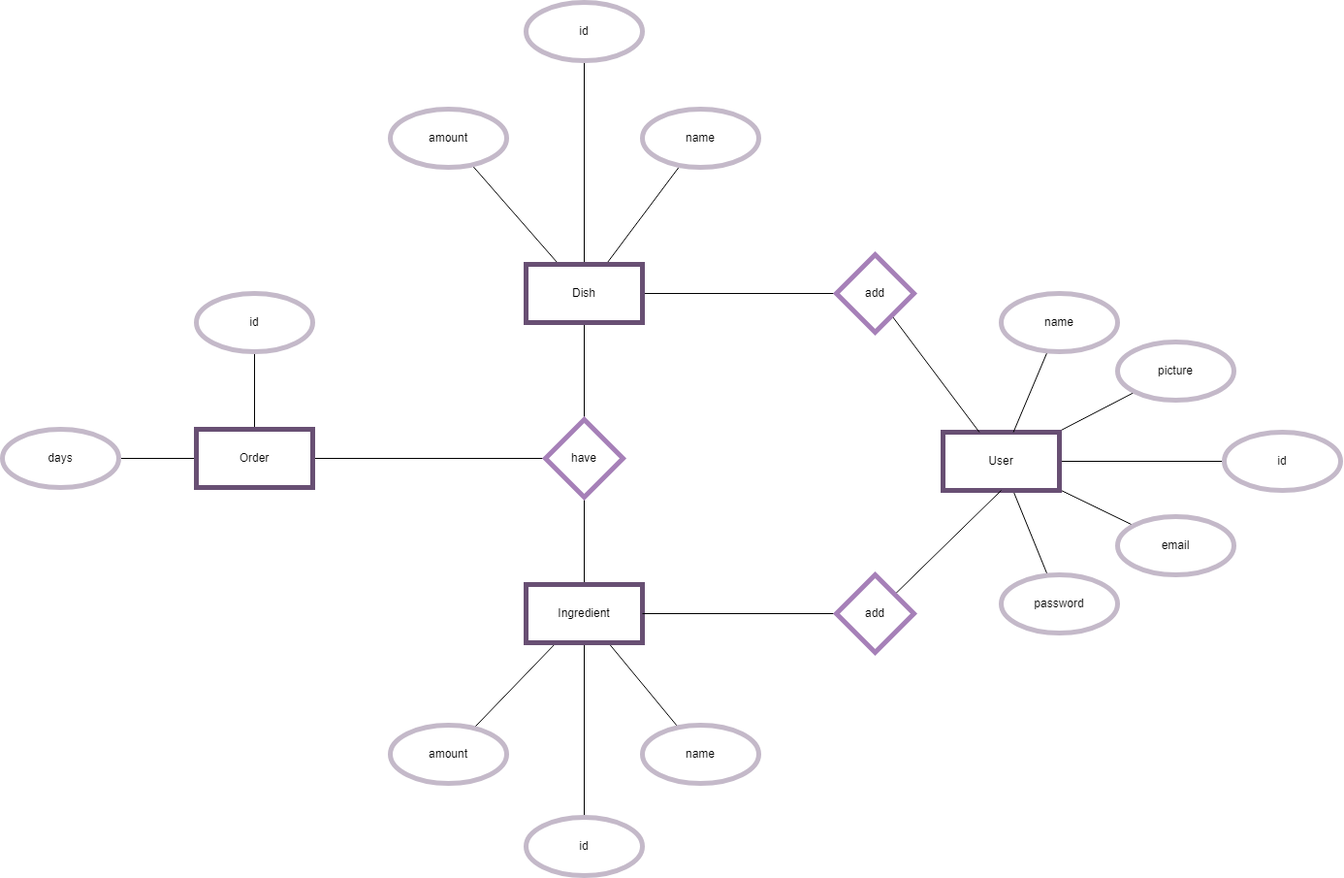
Before: ClassDiagram.png, a diagram exported from draw.io (Senu14/Order-app). Source tidied: cells renumbered, new cells last; positions are measured from the earlier drawing's top-left corner, leaving out a move shared by most shapes.
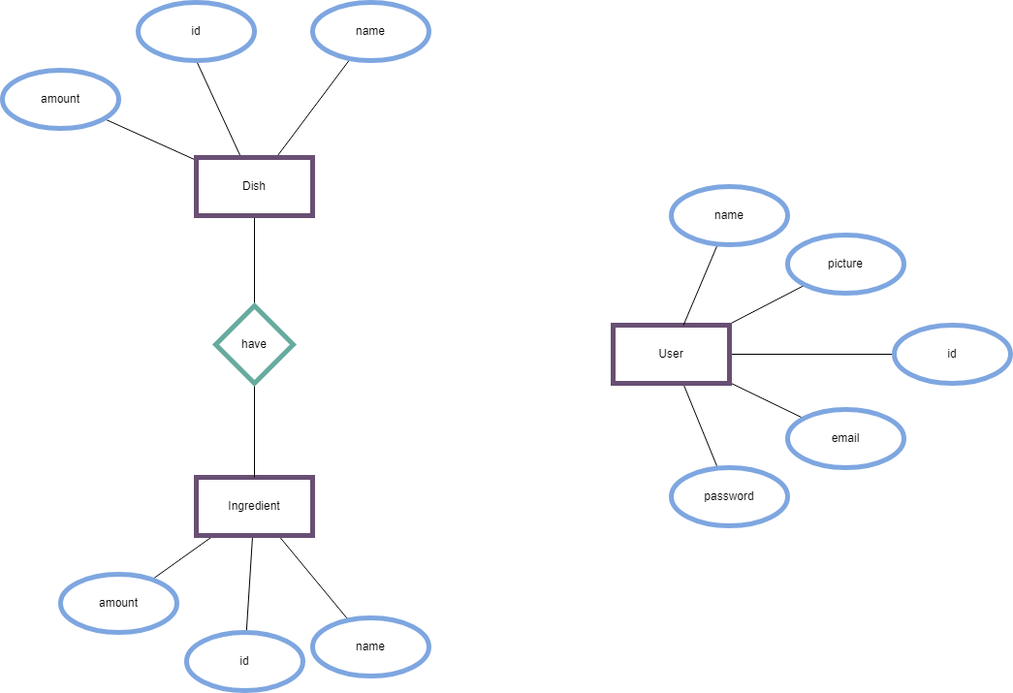
Above is the later version.

The edit, as a diff of the source:
```diff
@@ -20,107 +20,71 @@
     <mxCell id="7" style="edgeStyle=none;rounded=0;jettySize=auto;html=1;endArrow=none;endFill=0;" parent="1" edge="1" source="12" target="22">
       <mxGeometry relative="1" as="geometry" />
     </mxCell>
-    <mxCell id="8" style="edgeStyle=none;rounded=0;jettySize=auto;html=1;endArrow=none;endFill=0;" parent="1" edge="1" source="12" target="28">
-      <mxGeometry relative="1" as="geometry" />
-    </mxCell>
-    <mxCell id="9" style="edgeStyle=none;rounded=0;jettySize=auto;html=1;endArrow=none;endFill=0;" parent="1" edge="1" source="12" target="25">
-      <mxGeometry relative="1" as="geometry" />
-    </mxCell>
+    <mxCell id="11" style="edgeStyle=none;rounded=0;jettySize=auto;html=1;entryX=0.5;entryY=1;entryDx=0;entryDy=0;endArrow=none;endFill=0;" parent="1" edge="1" source="12" target="39">
+      <mxGeometry relative="1" as="geometry" />
+    </mxCell>
+    <mxCell id="42" style="rounded=0;jettySize=auto;html=1;endArrow=none;endFill=0;" parent="1" edge="1" source="12" target="44">
+      <mxGeometry relative="1" as="geometry" />
+    </mxCell>
-    <mxCell id="10" style="edgeStyle=none;rounded=0;jettySize=auto;html=1;endArrow=none;endFill=0;" parent="1" edge="1" source="12" target="27">
+    <mxCell id="10" style="rounded=0;jettySize=auto;html=1;endArrow=none;endFill=0;" parent="1" edge="1" source="12" target="27">
       <mxGeometry relative="1" as="geometry" />
     </mxCell>
-    <mxCell id="11" style="edgeStyle=none;rounded=0;jettySize=auto;html=1;entryX=0.5;entryY=1;entryDx=0;entryDy=0;endArrow=none;endFill=0;" parent="1" edge="1" source="12" target="39">
-      <mxGeometry relative="1" as="geometry" />
-    </mxCell>
     <mxCell id="12" value="Dish" style="rounded=0;whiteSpace=wrap;html=1;strokeColor=#684F73;strokeWidth=5;" parent="1" vertex="1">
       <mxGeometry x="540" y="270" width="120" height="60" as="geometry" />
     </mxCell>
     <mxCell id="13" style="edgeStyle=none;rounded=0;jettySize=auto;html=1;endArrow=none;endFill=0;" parent="1" edge="1" source="17" target="23">
       <mxGeometry relative="1" as="geometry" />
     </mxCell>
-    <mxCell id="14" style="edgeStyle=none;rounded=0;jettySize=auto;html=1;endArrow=none;endFill=0;" parent="1" edge="1" source="17" target="29">
-      <mxGeometry relative="1" as="geometry" />
-    </mxCell>
-    <mxCell id="15" style="edgeStyle=none;rounded=0;jettySize=auto;html=1;endArrow=none;endFill=0;" parent="1" edge="1" source="17" target="27">
-      <mxGeometry relative="1" as="geometry" />
-    </mxCell>
     <mxCell id="16" style="edgeStyle=none;rounded=0;jettySize=auto;html=1;endArrow=none;endFill=0;" parent="1" edge="1" source="17" target="40">
       <mxGeometry relative="1" as="geometry" />
     </mxCell>
+    <mxCell id="43" style="rounded=0;jettySize=auto;html=1;endArrow=none;endFill=0;" parent="1" edge="1" source="17" target="45">
+      <mxGeometry relative="1" as="geometry" />
+    </mxCell>
     <mxCell id="17" value="Ingredient" style="rounded=0;whiteSpace=wrap;html=1;strokeColor=#684F73;strokeWidth=5;" parent="1" vertex="1">
       <mxGeometry x="540" y="600" width="120" height="60" as="geometry" />
     </mxCell>
     <mxCell id="18" style="edgeStyle=none;rounded=0;jettySize=auto;html=1;endArrow=none;endFill=0;" parent="1" edge="1" source="19" target="6">
       <mxGeometry relative="1" as="geometry" />
     </mxCell>
-    <mxCell id="19" value="name" style="ellipse;whiteSpace=wrap;html=1;strokeColor=#C4B9C9;strokeWidth=5;" parent="1" vertex="1">
+    <mxCell id="19" value="name" style="ellipse;whiteSpace=wrap;html=1;strokeColor=#7EA6E0;strokeWidth=5;" parent="1" vertex="1">
       <mxGeometry x="1030" y="300" width="120" height="60" as="geometry" />
     </mxCell>
-    <mxCell id="20" value="email&lt;span style=&quot;color: rgba(0, 0, 0, 0); font-family: monospace; font-size: 0px; text-align: start;&quot;&gt;%3CmxGraphModel%3E%3Croot%3E%3CmxCell%20id%3D%220%22%2F%3E%3CmxCell%20id%3D%221%22%20parent%3D%220%22%2F%3E%3CmxCell%20id%3D%222%22%20value%3D%22name%22%20style%3D%22ellipse%3BwhiteSpace%3Dwrap%3Bhtml%3D1%3B%22%20vertex%3D%221%22%20parent%3D%221%22%3E%3CmxGeometry%20x%3D%22827%22%20y%3D%22100%22%20width%3D%22120%22%20height%3D%2260%22%20as%3D%22geometry%22%2F%3E%3C%2FmxCell%3E%3C%2Froot%3E%3C%2FmxGraphModel%3E&lt;/span&gt;" style="ellipse;whiteSpace=wrap;html=1;strokeColor=#C4B9C9;strokeWidth=5;" parent="1" vertex="1">
+    <mxCell id="20" value="email&lt;span style=&quot;color: rgba(0, 0, 0, 0); font-family: monospace; font-size: 0px; text-align: start;&quot;&gt;%3CmxGraphModel%3E%3Croot%3E%3CmxCell%20id%3D%220%22%2F%3E%3CmxCell%20id%3D%221%22%20parent%3D%220%22%2F%3E%3CmxCell%20id%3D%222%22%20value%3D%22name%22%20style%3D%22ellipse%3BwhiteSpace%3Dwrap%3Bhtml%3D1%3B%22%20vertex%3D%221%22%20parent%3D%221%22%3E%3CmxGeometry%20x%3D%22827%22%20y%3D%22100%22%20width%3D%22120%22%20height%3D%2260%22%20as%3D%22geometry%22%2F%3E%3C%2FmxCell%3E%3C%2Froot%3E%3C%2FmxGraphModel%3E&lt;/span&gt;" style="ellipse;whiteSpace=wrap;html=1;strokeColor=#7EA6E0;strokeWidth=5;" parent="1" vertex="1">
       <mxGeometry x="1150" y="530" width="120" height="60" as="geometry" />
     </mxCell>
-    <mxCell id="21" value="password" style="ellipse;whiteSpace=wrap;html=1;strokeColor=#C4B9C9;strokeWidth=5;" parent="1" vertex="1">
+    <mxCell id="21" value="password" style="ellipse;whiteSpace=wrap;html=1;strokeColor=#7EA6E0;strokeWidth=5;" parent="1" vertex="1">
       <mxGeometry x="1030" y="590" width="120" height="60" as="geometry" />
     </mxCell>
-    <mxCell id="22" value="name" style="ellipse;whiteSpace=wrap;html=1;strokeColor=#C4B9C9;strokeWidth=5;" parent="1" vertex="1">
+    <mxCell id="22" value="name" style="ellipse;whiteSpace=wrap;html=1;strokeColor=#7EA6E0;strokeWidth=5;" parent="1" vertex="1">
       <mxGeometry x="660" y="110" width="120" height="60" as="geometry" />
     </mxCell>
-    <mxCell id="23" value="name" style="ellipse;whiteSpace=wrap;html=1;strokeColor=#C4B9C9;strokeWidth=5;" parent="1" vertex="1">
+    <mxCell id="23" value="name" style="ellipse;whiteSpace=wrap;html=1;strokeColor=#7EA6E0;strokeWidth=5;" parent="1" vertex="1">
       <mxGeometry x="660" y="745" width="120" height="60" as="geometry" />
     </mxCell>
-    <mxCell id="24" style="edgeStyle=none;rounded=0;jettySize=auto;html=1;endArrow=none;endFill=0;" parent="1" edge="1" source="25" target="6">
-      <mxGeometry relative="1" as="geometry" />
-    </mxCell>
-    <mxCell id="25" value="add&lt;span style=&quot;color: rgba(0, 0, 0, 0); font-family: monospace; font-size: 0px; text-align: start;&quot;&gt;%3CmxGraphModel%3E%3Croot%3E%3CmxCell%20id%3D%220%22%2F%3E%3CmxCell%20id%3D%221%22%20parent%3D%220%22%2F%3E%3CmxCell%20id%3D%222%22%20value%3D%22name%22%20style%3D%22ellipse%3BwhiteSpace%3Dwrap%3Bhtml%3D1%3B%22%20vertex%3D%221%22%20parent%3D%221%22%3E%3CmxGeometry%20x%3D%22250%22%20y%3D%22-50%22%20width%3D%22120%22%20height%3D%2260%22%20as%3D%22geometry%22%2F%3E%3C%2FmxCell%3E%3C%2Froot%3E%3C%2FmxGraphModel%3E&lt;/span&gt;" style="rhombus;whiteSpace=wrap;html=1;strokeColor=#A680B8;strokeWidth=5;" parent="1" vertex="1">
-      <mxGeometry x="860" y="260" width="80" height="80" as="geometry" />
-    </mxCell>
-    <mxCell id="26" style="edgeStyle=none;rounded=0;jettySize=auto;html=1;endArrow=none;endFill=0;" parent="1" edge="1" source="27" target="36">
-      <mxGeometry relative="1" as="geometry" />
-    </mxCell>
-    <mxCell id="27" value="have" style="rhombus;whiteSpace=wrap;html=1;strokeColor=#A680B8;strokeWidth=5;" parent="1" vertex="1">
-      <mxGeometry x="560" y="430" width="80" height="80" as="geometry" />
-    </mxCell>
-    <mxCell id="28" value="amount" style="ellipse;whiteSpace=wrap;html=1;strokeColor=#C4B9C9;strokeWidth=5;" parent="1" vertex="1">
-      <mxGeometry x="400" y="110" width="120" height="60" as="geometry" />
-    </mxCell>
-    <mxCell id="29" value="amount" style="ellipse;whiteSpace=wrap;html=1;strokeColor=#C4B9C9;strokeWidth=5;" parent="1" vertex="1">
-      <mxGeometry x="400" y="745" width="120" height="60" as="geometry" />
-    </mxCell>
-    <mxCell id="30" style="edgeStyle=none;rounded=0;jettySize=auto;html=1;entryX=0.5;entryY=1;entryDx=0;entryDy=0;endArrow=none;endFill=0;" parent="1" edge="1" source="32" target="6">
-      <mxGeometry relative="1" as="geometry" />
-    </mxCell>
-    <mxCell id="31" style="edgeStyle=none;rounded=0;jettySize=auto;html=1;endArrow=none;endFill=0;" parent="1" edge="1" source="32" target="17">
-      <mxGeometry relative="1" as="geometry" />
-    </mxCell>
-    <mxCell id="32" value="add&lt;span style=&quot;color: rgba(0, 0, 0, 0); font-family: monospace; font-size: 0px; text-align: start;&quot;&gt;%3CmxGraphModel%3E%3Croot%3E%3CmxCell%20id%3D%220%22%2F%3E%3CmxCell%20id%3D%221%22%20parent%3D%220%22%2F%3E%3CmxCell%20id%3D%222%22%20value%3D%22name%22%20style%3D%22ellipse%3BwhiteSpace%3Dwrap%3Bhtml%3D1%3B%22%20vertex%3D%221%22%20parent%3D%221%22%3E%3CmxGeometry%20x%3D%22250%22%20y%3D%22-50%22%20width%3D%22120%22%20height%3D%2260%22%20as%3D%22geometry%22%2F%3E%3C%2FmxCell%3E%3C%2Froot%3E%3C%2FmxGraphModel%3E&lt;/span&gt;" style="rhombus;whiteSpace=wrap;html=1;strokeColor=#A680B8;strokeWidth=5;" parent="1" vertex="1">
-      <mxGeometry x="860" y="590" width="80" height="80" as="geometry" />
-    </mxCell>
-    <mxCell id="33" value="picture" style="ellipse;whiteSpace=wrap;html=1;strokeColor=#C4B9C9;strokeWidth=5;" parent="1" vertex="1">
+    <mxCell id="33" value="picture" style="ellipse;whiteSpace=wrap;html=1;strokeColor=#7EA6E0;strokeWidth=5;" parent="1" vertex="1">
       <mxGeometry x="1150" y="350" width="120" height="60" as="geometry" />
     </mxCell>
-    <mxCell id="34" style="edgeStyle=none;rounded=0;jettySize=auto;html=1;endArrow=none;endFill=0;" parent="1" edge="1" source="36" target="37">
-      <mxGeometry relative="1" as="geometry" />
-    </mxCell>
-    <mxCell id="35" style="edgeStyle=none;rounded=0;jettySize=auto;html=1;endArrow=none;endFill=0;" parent="1" edge="1" source="36" target="38">
-      <mxGeometry relative="1" as="geometry" />
-    </mxCell>
-    <mxCell id="36" value="Order" style="rounded=0;whiteSpace=wrap;html=1;strokeColor=#684F73;strokeWidth=5;" parent="1" vertex="1">
-      <mxGeometry x="200" y="440" width="120" height="60" as="geometry" />
-    </mxCell>
-    <mxCell id="37" value="id" style="ellipse;whiteSpace=wrap;html=1;strokeColor=#C4B9C9;strokeWidth=5;" parent="1" vertex="1">
-      <mxGeometry x="200" y="300" width="120" height="60" as="geometry" />
-    </mxCell>
-    <mxCell id="38" value="days" style="ellipse;whiteSpace=wrap;html=1;strokeColor=#C4B9C9;strokeWidth=5;" parent="1" vertex="1">
-      <mxGeometry y="440" width="120" height="60" as="geometry" />
-    </mxCell>
-    <mxCell id="39" value="id" style="ellipse;whiteSpace=wrap;html=1;strokeColor=#C4B9C9;strokeWidth=5;" parent="1" vertex="1">
-      <mxGeometry x="540" width="120" height="60" as="geometry" />
+    <mxCell id="39" value="id" style="ellipse;whiteSpace=wrap;html=1;strokeColor=#7EA6E0;strokeWidth=5;" parent="1" vertex="1">
+      <mxGeometry x="480" y="110" width="120" height="60" as="geometry" />
     </mxCell>
-    <mxCell id="40" value="id" style="ellipse;whiteSpace=wrap;html=1;strokeColor=#C4B9C9;strokeWidth=5;" parent="1" vertex="1">
-      <mxGeometry x="540" y="840" width="120" height="60" as="geometry" />
+    <mxCell id="40" value="id" style="ellipse;whiteSpace=wrap;html=1;strokeColor=#7EA6E0;strokeWidth=5;" parent="1" vertex="1">
+      <mxGeometry x="530" y="760" width="120" height="60" as="geometry" />
     </mxCell>
-    <mxCell id="41" value="id" style="ellipse;whiteSpace=wrap;html=1;strokeColor=#C4B9C9;strokeWidth=5;" parent="1" vertex="1">
+    <mxCell id="41" value="id" style="ellipse;whiteSpace=wrap;html=1;strokeColor=#7EA6E0;strokeWidth=5;" parent="1" vertex="1">
       <mxGeometry x="1260" y="443" width="120" height="60" as="geometry" />
     </mxCell>
+    <mxCell id="44" value="amount" style="ellipse;whiteSpace=wrap;html=1;strokeColor=#7EA6E0;strokeWidth=5;" parent="1" vertex="1">
+      <mxGeometry x="340" y="180" width="120" height="60" as="geometry" />
+    </mxCell>
+    <mxCell id="45" value="amount" style="ellipse;whiteSpace=wrap;html=1;strokeColor=#7EA6E0;strokeWidth=5;" parent="1" vertex="1">
+      <mxGeometry x="400" y="700" width="120" height="60" as="geometry" />
+    </mxCell>
+    <mxCell id="46" style="edgeStyle=orthogonalEdgeStyle;rounded=0;jettySize=auto;html=1;endArrow=none;endFill=0;" parent="1" edge="1" source="27" target="17">
+      <mxGeometry relative="1" as="geometry" />
+    </mxCell>
+    <mxCell id="27" value="have" style="rhombus;whiteSpace=wrap;html=1;strokeColor=#67AB9F;strokeWidth=5;" parent="1" vertex="1">
+      <mxGeometry x="560" y="423" width="80" height="80" as="geometry" />
+    </mxCell>
   </root>
 </mxGraphModel>
```
